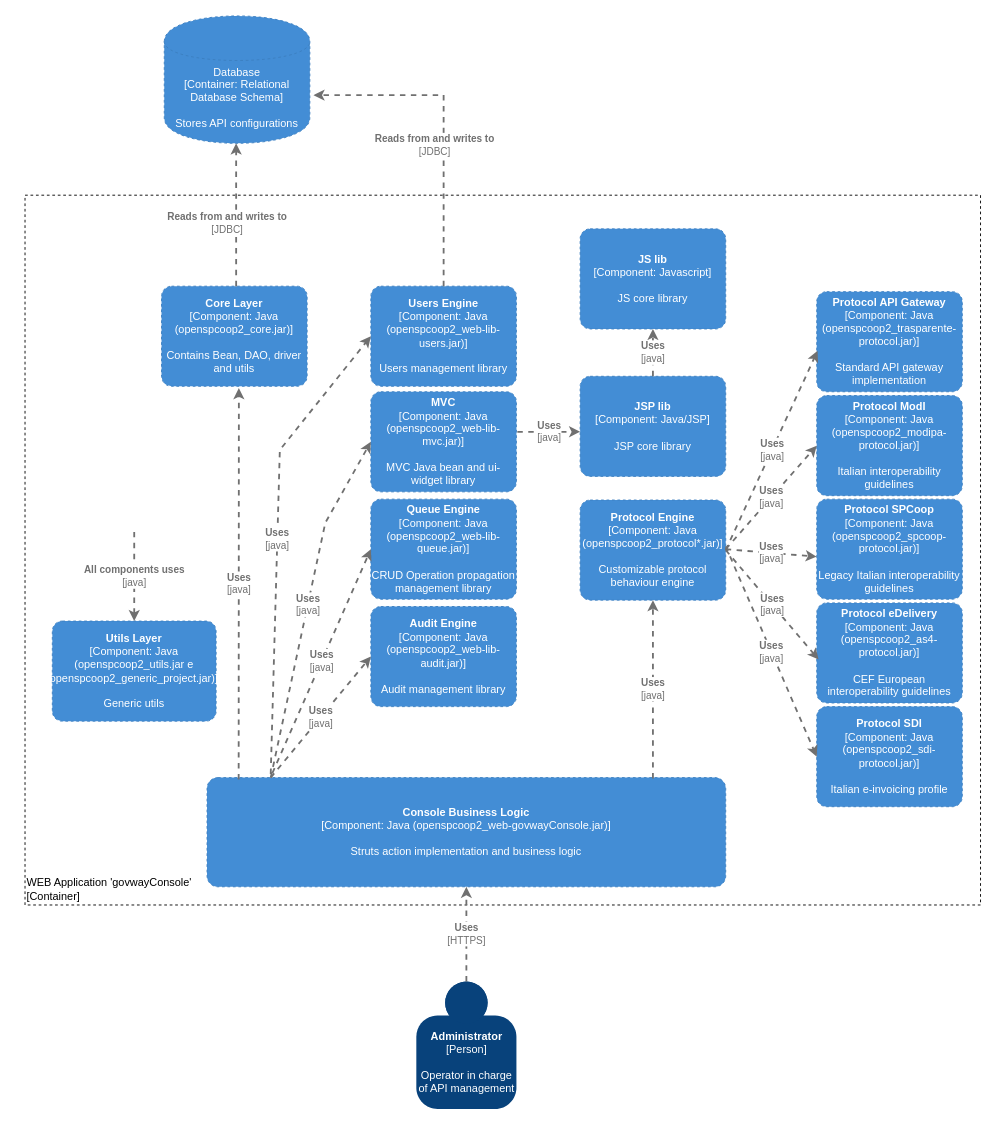
link-it/govway keeps this draw.io diagram as page "L3-govwayConsole" (5 of 9) of resources/doc/src/c4_architecture/c4_architecture.drawio. Above is the earlier version. Source tidied: cells renumbered, new cells numbered last; positions are measured from the earlier drawing's top-left corner, leaving out a move shared by most shapes. Both pictures are drawn from the tidied source at 91%, with x=0, y=0 at pixel (25, 15).
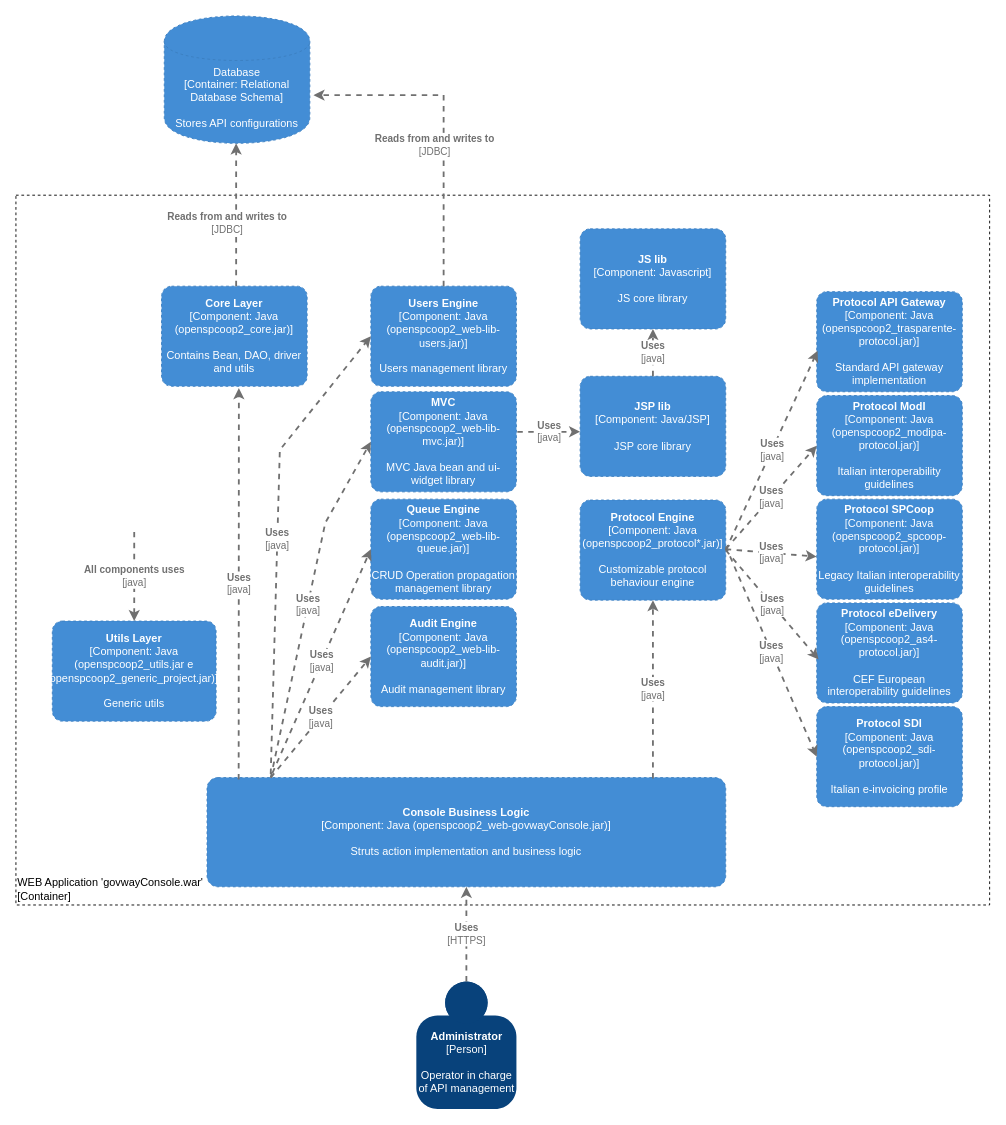
Above is the later version.

The edit, as a diff of the source:
```diff
@@
-    <object id="2" label="&lt;div style=&quot;text-align: left&quot;&gt;%c4Name%&lt;/div&gt;&lt;div style=&quot;text-align: left&quot;&gt;[%c4Application%]&lt;/div&gt;" c4Application="Container" c4Name="WEB Application 'govwayConsole'" placeholders="1">
+    <object id="2" label="&lt;div style=&quot;text-align: left&quot;&gt;%c4Name%&lt;/div&gt;&lt;div style=&quot;text-align: left&quot;&gt;[%c4Application%]&lt;/div&gt;" c4Application="Container" c4Name="WEB Application 'govwayConsole.war'" placeholders="1">
       <mxCell style="rounded=0;whiteSpace=wrap;html=1;labelBackgroundColor=none;fillColor=#ffffff;fontColor=#000000;align=left;arcSize=5;strokeColor=#000000;verticalAlign=bottom;metaData={&quot;c4Type&quot;:{&quot;editable&quot;:false}};dashed=1;" parent="1" vertex="1">
-        <mxGeometry y="197" width="1050" height="780" as="geometry" />
+        <mxGeometry x="-10" y="197" width="1070" height="780" as="geometry" />
       </mxCell>
     </object>
```
